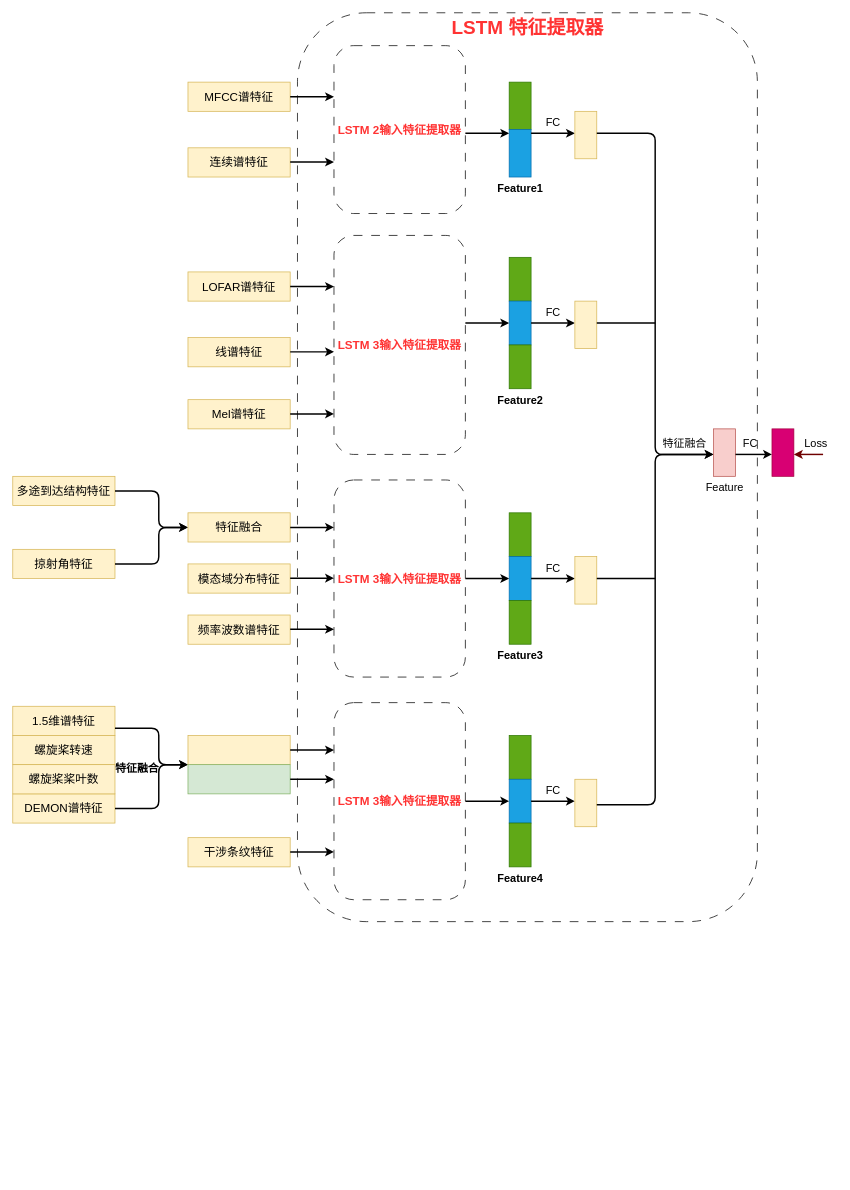
This is page "LSTM 特征提取器" (3 of 3) of 水下目标提取标书/LSTM特征提取.drawio from Corner430/drawio, a draw.io file, before an edit. Source tidied: cells renumbered, new cells numbered last; positions are measured from the earlier drawing's top-left corner, leaving out a move shared by most shapes. Both pictures are drawn from the tidied source at 73%, with x=0, y=0 at pixel (12, 12).
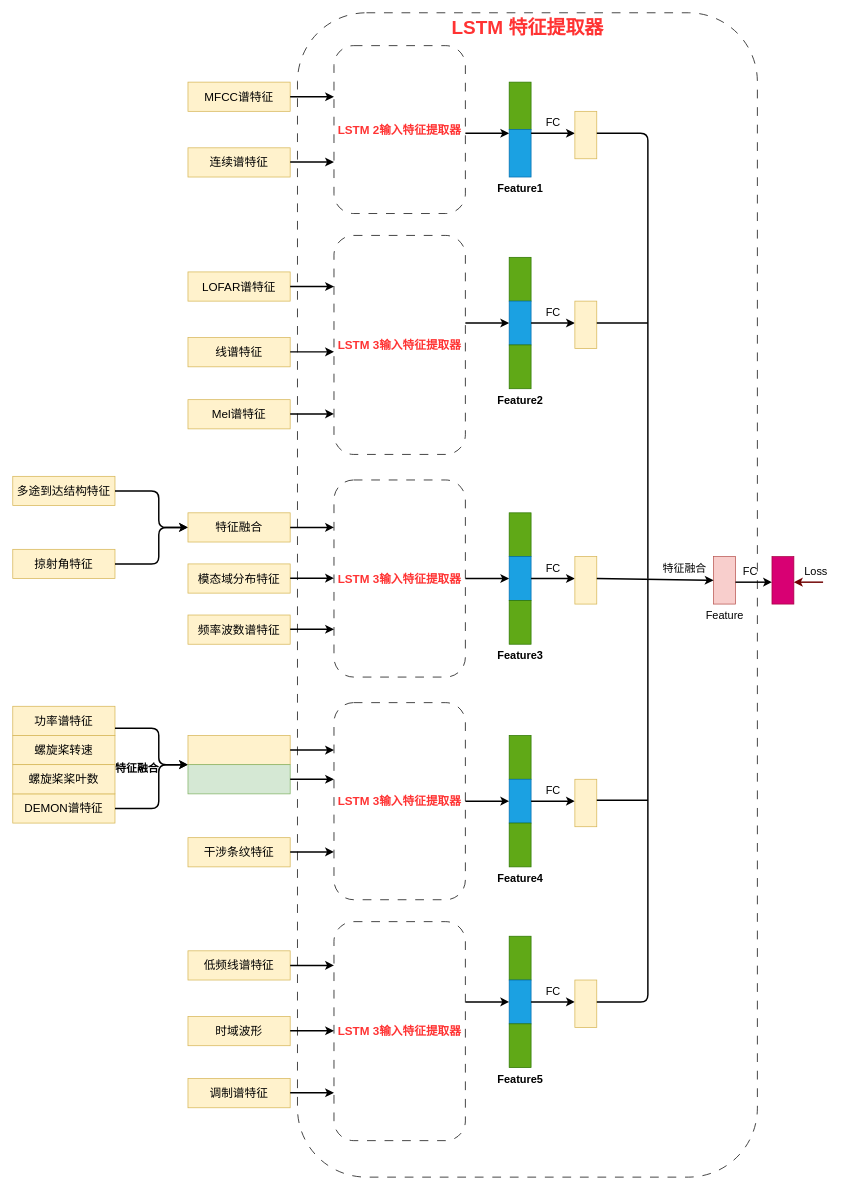
Above is the later version.

Commit message (it also covers changes not shown here):
水下目标提取标书_修改LSTM特征提取_删除1.5维谱特征

Change to the diagram source:
```diff
@@
     <mxCell id="2" style="rounded=1;whiteSpace=wrap;html=1;fontSize=14;glass=0;shadow=0;fillColor=default;strokeColor=default;dashed=1;dashPattern=12 12;" parent="1" vertex="1">
-      <mxGeometry x="390" width="630" height="1245" as="geometry" />
+      <mxGeometry x="390" width="630" height="1595" as="geometry" />
     </mxCell>
@@
-    <mxCell id="29" value="&lt;font style=&quot;font-size: 16px;&quot;&gt;1.5维谱特征&lt;/font&gt;" style="rounded=0;whiteSpace=wrap;html=1;fillColor=#fff2cc;strokeColor=#d6b656;" parent="1" vertex="1">
+    <mxCell id="29" value="&lt;font style=&quot;font-size: 16px;&quot;&gt;功率谱特征&lt;/font&gt;" style="rounded=0;whiteSpace=wrap;html=1;fillColor=#fff2cc;strokeColor=#d6b656;" parent="1" vertex="1">
       <mxGeometry y="950" width="140" height="40" as="geometry" />
     </mxCell>
@@
-    <mxCell id="71" style="endArrow=classic;html=1;strokeWidth=2;fontSize=15;" parent="1" edge="1">
-      <mxGeometry relative="1" as="geometry">
-        <mxPoint x="800" y="165" as="sourcePoint" />
-        <mxPoint x="960" y="605" as="targetPoint" />
-        <Array as="points">
-          <mxPoint x="880" y="165" />
-          <mxPoint x="880" y="605" />
-        </Array>
-      </mxGeometry>
-    </mxCell>
     <mxCell id="72" style="endArrow=none;html=1;strokeWidth=2;fontSize=15;" parent="1" edge="1">
       <mxGeometry relative="1" as="geometry">
         <mxPoint x="800" y="425" as="sourcePoint" />
-        <mxPoint x="880" y="425" as="targetPoint" />
+        <mxPoint x="870" y="425" as="targetPoint" />
       </mxGeometry>
     </mxCell>
-    <mxCell id="73" style="endArrow=classic;html=1;strokeWidth=2;fontSize=15;" parent="1" edge="1">
-      <mxGeometry relative="1" as="geometry">
-        <mxPoint x="800" y="1085" as="sourcePoint" />
-        <mxPoint x="960" y="605" as="targetPoint" />
-        <Array as="points">
-          <mxPoint x="880" y="1085" />
-          <mxPoint x="880" y="605" />
-        </Array>
-      </mxGeometry>
-    </mxCell>
-    <mxCell id="74" style="endArrow=none;html=1;strokeWidth=2;fontSize=15;" parent="1" edge="1">
-      <mxGeometry relative="1" as="geometry">
-        <mxPoint x="800" y="775" as="sourcePoint" />
-        <mxPoint x="880" y="775" as="targetPoint" />
-      </mxGeometry>
-    </mxCell>
     <mxCell id="75" style="rounded=0;whiteSpace=wrap;html=1;fontSize=16;fillColor=#f8cecc;strokeColor=#b85450;" parent="1" vertex="1">
-      <mxGeometry x="960" y="570" width="30" height="65" as="geometry" />
+      <mxGeometry x="960" y="745" width="30" height="65" as="geometry" />
     </mxCell>
     <mxCell id="76" value="特征融合" style="text;html=1;align=center;verticalAlign=middle;strokeColor=none;fillColor=none;fontSize=15;" parent="1" vertex="1">
-      <mxGeometry x="880" y="575" width="80" height="30" as="geometry" />
+      <mxGeometry x="880" y="745" width="80" height="30" as="geometry" />
     </mxCell>
     <mxCell id="77" value="Feature" style="text;html=1;align=center;verticalAlign=middle;strokeColor=none;fillColor=none;fontSize=15;" parent="1" vertex="1">
-      <mxGeometry x="935" y="635" width="80" height="30" as="geometry" />
+      <mxGeometry x="935" y="810" width="80" height="30" as="geometry" />
     </mxCell>
     <mxCell id="78" style="endArrow=classic;html=1;strokeWidth=2;fontSize=15;" parent="1" edge="1">
       <mxGeometry relative="1" as="geometry">
-        <mxPoint x="990" y="605" as="sourcePoint" />
-        <mxPoint x="1040" y="605" as="targetPoint" />
+        <mxPoint x="990" y="780" as="sourcePoint" />
+        <mxPoint x="1040" y="780" as="targetPoint" />
       </mxGeometry>
     </mxCell>
     <mxCell id="79" value="FC" style="text;html=1;align=center;verticalAlign=middle;strokeColor=none;fillColor=none;fontSize=15;" parent="1" vertex="1">
-      <mxGeometry x="990" y="575" width="40" height="30" as="geometry" />
+      <mxGeometry x="990" y="750" width="40" height="30" as="geometry" />
     </mxCell>
     <mxCell id="80" style="rounded=0;whiteSpace=wrap;html=1;fontSize=16;fillColor=#d80073;strokeColor=#A50040;fontColor=#ffffff;" parent="1" vertex="1">
-      <mxGeometry x="1040" y="570" width="30" height="65" as="geometry" />
+      <mxGeometry x="1040" y="745" width="30" height="65" as="geometry" />
     </mxCell>
     <mxCell id="81" style="endArrow=classic;html=1;strokeWidth=2;fontSize=15;fillColor=#a20025;strokeColor=#6F0000;" parent="1" edge="1">
       <mxGeometry relative="1" as="geometry">
-        <mxPoint x="1110" y="605" as="sourcePoint" />
-        <mxPoint x="1070" y="605" as="targetPoint" />
+        <mxPoint x="1110" y="780" as="sourcePoint" />
+        <mxPoint x="1070" y="780" as="targetPoint" />
       </mxGeometry>
     </mxCell>
     <mxCell id="82" value="Loss" style="text;html=1;align=center;verticalAlign=middle;strokeColor=none;fillColor=none;fontSize=15;" parent="1" vertex="1">
-      <mxGeometry x="1070" y="575" width="60" height="30" as="geometry" />
+      <mxGeometry x="1070" y="750" width="60" height="30" as="geometry" />
     </mxCell>
@@
+    <mxCell id="84" value="&lt;font style=&quot;font-size: 16px;&quot;&gt;低频线谱特征&lt;/font&gt;" style="rounded=0;whiteSpace=wrap;html=1;fillColor=#fff2cc;strokeColor=#d6b656;" parent="1" vertex="1">
+      <mxGeometry x="240" y="1285" width="140" height="40" as="geometry" />
+    </mxCell>
+    <mxCell id="85" value="&lt;font style=&quot;font-size: 16px;&quot;&gt;时域波形&lt;/font&gt;" style="rounded=0;whiteSpace=wrap;html=1;fillColor=#fff2cc;strokeColor=#d6b656;" parent="1" vertex="1">
+      <mxGeometry x="240" y="1375" width="140" height="40" as="geometry" />
+    </mxCell>
+    <mxCell id="86" style="endArrow=classic;html=1;fontSize=16;strokeWidth=2;" parent="1" edge="1">
+      <mxGeometry relative="1" as="geometry">
+        <mxPoint x="380" y="1305" as="sourcePoint" />
+        <mxPoint x="440" y="1305" as="targetPoint" />
+      </mxGeometry>
+    </mxCell>
+    <mxCell id="87" style="endArrow=classic;html=1;fontSize=16;strokeWidth=2;" parent="1" edge="1">
+      <mxGeometry relative="1" as="geometry">
+        <mxPoint x="380" y="1394.5" as="sourcePoint" />
+        <mxPoint x="440" y="1394.5" as="targetPoint" />
+      </mxGeometry>
+    </mxCell>
+    <mxCell id="88" style="endArrow=classic;html=1;fontSize=16;strokeWidth=2;" parent="1" edge="1">
+      <mxGeometry relative="1" as="geometry">
+        <mxPoint x="620" y="1355" as="sourcePoint" />
+        <mxPoint x="680" y="1355" as="targetPoint" />
+      </mxGeometry>
+    </mxCell>
+    <mxCell id="89" style="rounded=0;whiteSpace=wrap;html=1;fontSize=16;fillColor=#60a917;strokeColor=#2D7600;fontColor=#ffffff;" parent="1" vertex="1">
+      <mxGeometry x="680" y="1265" width="30" height="60" as="geometry" />
+    </mxCell>
+    <mxCell id="90" style="rounded=0;whiteSpace=wrap;html=1;fontSize=16;fillColor=#1ba1e2;strokeColor=#006EAF;fontColor=#ffffff;" parent="1" vertex="1">
+      <mxGeometry x="680" y="1325" width="30" height="60" as="geometry" />
+    </mxCell>
+    <mxCell id="91" value="&lt;b&gt;&lt;font style=&quot;font-size: 15px;&quot;&gt;Feature5&lt;/font&gt;&lt;/b&gt;" style="text;html=1;align=center;verticalAlign=middle;strokeColor=none;fillColor=none;" parent="1" vertex="1">
+      <mxGeometry x="650" y="1445" width="90" height="30" as="geometry" />
+    </mxCell>
+    <mxCell id="92" value="&lt;font style=&quot;font-size: 16px;&quot;&gt;调制谱特征&lt;/font&gt;" style="rounded=0;whiteSpace=wrap;html=1;fillColor=#fff2cc;strokeColor=#d6b656;" parent="1" vertex="1">
+      <mxGeometry x="240" y="1460" width="140" height="40" as="geometry" />
+    </mxCell>
+    <mxCell id="93" style="endArrow=classic;html=1;fontSize=16;strokeWidth=2;" parent="1" edge="1">
+      <mxGeometry relative="1" as="geometry">
+        <mxPoint x="380" y="1479.5" as="sourcePoint" />
+        <mxPoint x="440" y="1479.5" as="targetPoint" />
+      </mxGeometry>
+    </mxCell>
+    <mxCell id="94" style="rounded=0;whiteSpace=wrap;html=1;fontSize=16;fillColor=#60a917;strokeColor=#2D7600;fontColor=#ffffff;" parent="1" vertex="1">
+      <mxGeometry x="680" y="1385" width="30" height="60" as="geometry" />
+    </mxCell>
+    <mxCell id="95" style="endArrow=classic;html=1;fontSize=16;strokeWidth=2;" parent="1" edge="1">
+      <mxGeometry relative="1" as="geometry">
+        <mxPoint x="710" y="1355" as="sourcePoint" />
+        <mxPoint x="770" y="1355" as="targetPoint" />
+      </mxGeometry>
+    </mxCell>
+    <mxCell id="96" value="FC" style="text;html=1;align=center;verticalAlign=middle;strokeColor=none;fillColor=none;fontSize=15;" parent="1" vertex="1">
+      <mxGeometry x="720" y="1325" width="40" height="30" as="geometry" />
+    </mxCell>
+    <mxCell id="97" style="rounded=0;whiteSpace=wrap;html=1;fontSize=16;fillColor=#fff2cc;strokeColor=#d6b656;" parent="1" vertex="1">
+      <mxGeometry x="770" y="1325" width="30" height="65" as="geometry" />
+    </mxCell>
+    <mxCell id="98" value="&lt;font color=&quot;#ff3333&quot; style=&quot;font-size: 16px;&quot;&gt;&lt;b&gt;LSTM 3输入特征提取器&lt;/b&gt;&lt;/font&gt;" style="rounded=1;whiteSpace=wrap;html=1;fontSize=14;glass=0;shadow=0;fillColor=default;strokeColor=default;dashed=1;dashPattern=12 12;" parent="1" vertex="1">
+      <mxGeometry x="440" y="1245" width="180" height="300" as="geometry" />
+    </mxCell>
+    <mxCell id="99" style="endArrow=classic;html=1;entryX=0;entryY=0.5;entryDx=0;entryDy=0;strokeWidth=2;" parent="1" edge="1" target="75">
+      <mxGeometry relative="1" as="geometry">
+        <mxPoint x="800" y="775" as="sourcePoint" />
+      </mxGeometry>
+    </mxCell>
+    <mxCell id="100" style="endArrow=none;html=1;strokeWidth=2;" parent="1" edge="1">
+      <mxGeometry relative="1" as="geometry">
+        <mxPoint x="800" y="165" as="sourcePoint" />
+        <mxPoint x="870" y="775" as="targetPoint" />
+        <Array as="points">
+          <mxPoint x="870" y="165" />
+        </Array>
+      </mxGeometry>
+    </mxCell>
+    <mxCell id="101" style="endArrow=none;html=1;strokeWidth=2;" parent="1" edge="1">
+      <mxGeometry relative="1" as="geometry">
+        <mxPoint x="800" y="1355" as="sourcePoint" />
+        <mxPoint x="870" y="775" as="targetPoint" />
+        <Array as="points">
+          <mxPoint x="870" y="1355" />
+        </Array>
+      </mxGeometry>
+    </mxCell>
+    <mxCell id="102" style="endArrow=none;html=1;strokeWidth=2;" parent="1" edge="1">
+      <mxGeometry relative="1" as="geometry">
+        <mxPoint x="800" y="1078.7" as="sourcePoint" />
+        <mxPoint x="870" y="1078.7" as="targetPoint" />
+      </mxGeometry>
+    </mxCell>
```
